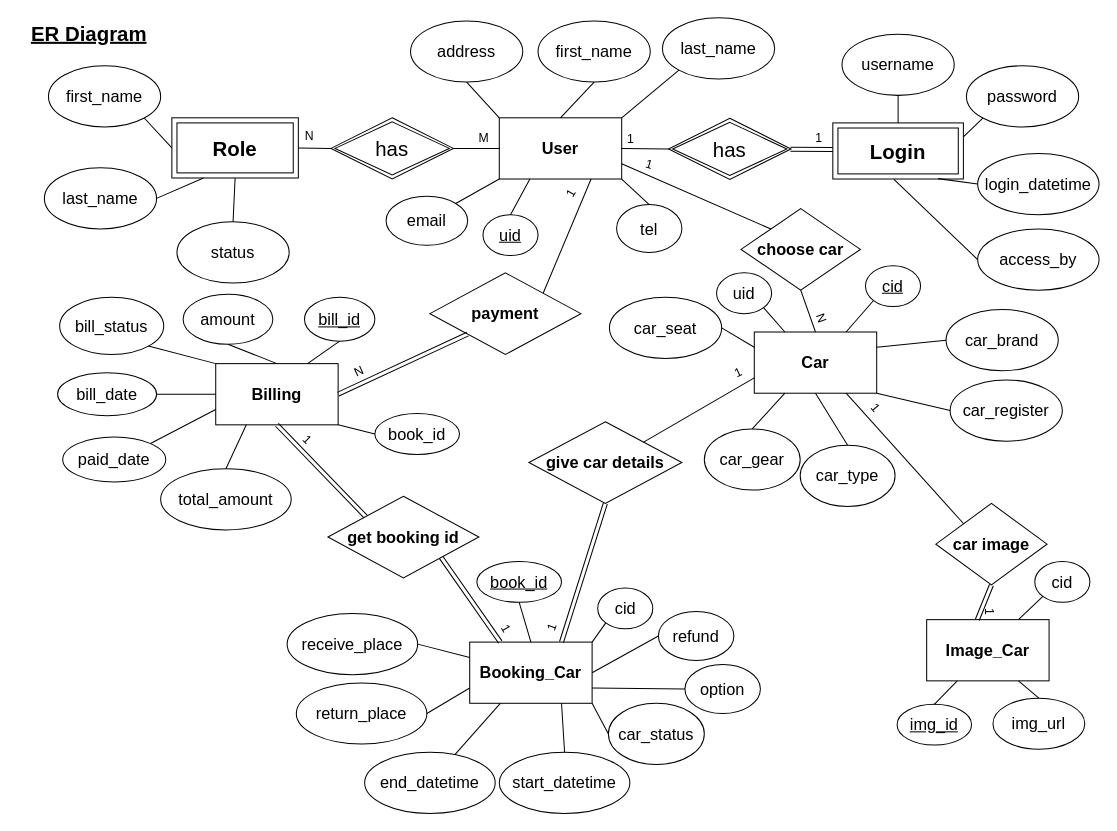
This is page "ER Diagram" (1 of 4) of Online_Car_Rental_System.drawio from Werayootk/Online_Car_Rental_System, a draw.io file, before an edit. Source tidied: cells renumbered, new cells numbered last; positions are measured from the earlier drawing's top-left corner, leaving out a move shared by most shapes. Both pictures are drawn from the tidied source at 102%, with x=0, y=0 at pixel (17, 17).
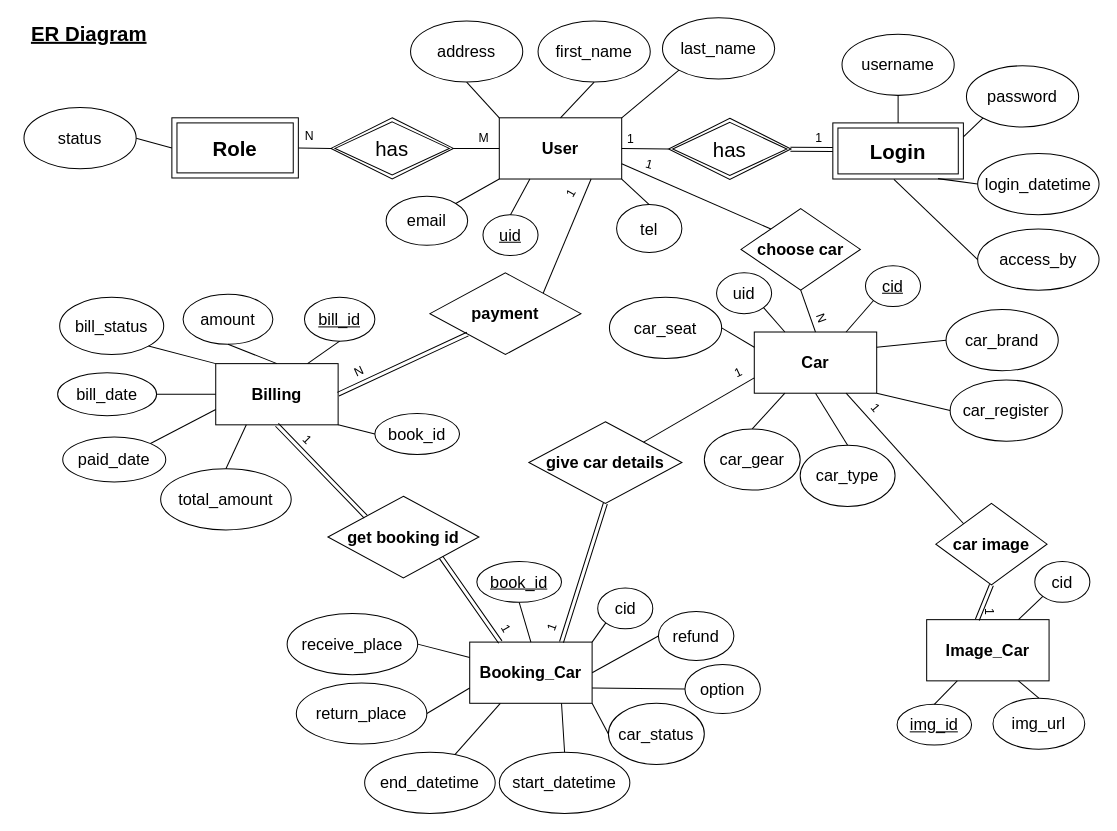
Above is the later version.

Unchanged cells that the change refers to:
```xml
<mxCell id="107" value="&lt;font style=&quot;font-size: 20px&quot;&gt;&lt;b&gt;Role&lt;/b&gt;&lt;/font&gt;" style="shape=ext;margin=3;double=1;whiteSpace=wrap;html=1;align=center;strokeColor=default;fillColor=none;" parent="1" vertex="1">
  <mxGeometry x="151" y="98" width="124" height="59" as="geometry" />
</mxCell>
```

The edit, as a diff of the source:
```diff
@@
-    <mxCell id="4" value="first_name" style="ellipse;whiteSpace=wrap;html=1;labelBorderColor=none;fontSize=16;fontColor=#000000;strokeColor=#000000;fillColor=none;" parent="1" vertex="1">
-      <mxGeometry x="30" y="47" width="110" height="60" as="geometry" />
-    </mxCell>
-    <mxCell id="5" value="last_name" style="ellipse;whiteSpace=wrap;html=1;labelBorderColor=none;fontSize=16;fontColor=#000000;strokeColor=#000000;fillColor=none;" parent="1" vertex="1">
-      <mxGeometry x="26" y="147" width="110" height="60" as="geometry" />
-    </mxCell>
     <mxCell id="6" value="status" style="ellipse;whiteSpace=wrap;html=1;labelBorderColor=none;fontSize=16;fontColor=#000000;strokeColor=#000000;fillColor=none;" parent="1" vertex="1">
-      <mxGeometry x="156" y="200" width="110" height="60" as="geometry" />
+      <mxGeometry x="6" y="88" width="110" height="60" as="geometry" />
     </mxCell>
@@
-    <mxCell id="108" style="endArrow=none;html=1;rounded=0;fontSize=20;exitX=1;exitY=1;exitDx=0;exitDy=0;entryX=0;entryY=0.5;entryDx=0;entryDy=0;" parent="1" edge="1" source="4" target="107">
-      <mxGeometry relative="1" as="geometry" />
-    </mxCell>
-    <mxCell id="109" style="endArrow=none;html=1;rounded=0;fontSize=20;exitX=0.5;exitY=0;exitDx=0;exitDy=0;entryX=0.5;entryY=1;entryDx=0;entryDy=0;" parent="1" edge="1" source="6" target="107">
+    <mxCell id="109" style="endArrow=none;html=1;rounded=0;fontSize=20;exitX=1;exitY=0.5;exitDx=0;exitDy=0;entryX=0;entryY=0.5;entryDx=0;entryDy=0;" parent="1" edge="1" source="6" target="107">
       <mxGeometry relative="1" as="geometry" />
     </mxCell>
-    <mxCell id="110" style="endArrow=none;html=1;rounded=0;fontSize=20;exitX=1;exitY=0.5;exitDx=0;exitDy=0;entryX=0.25;entryY=1;entryDx=0;entryDy=0;" parent="1" edge="1" source="5" target="107">
-      <mxGeometry relative="1" as="geometry" />
-    </mxCell>
```
